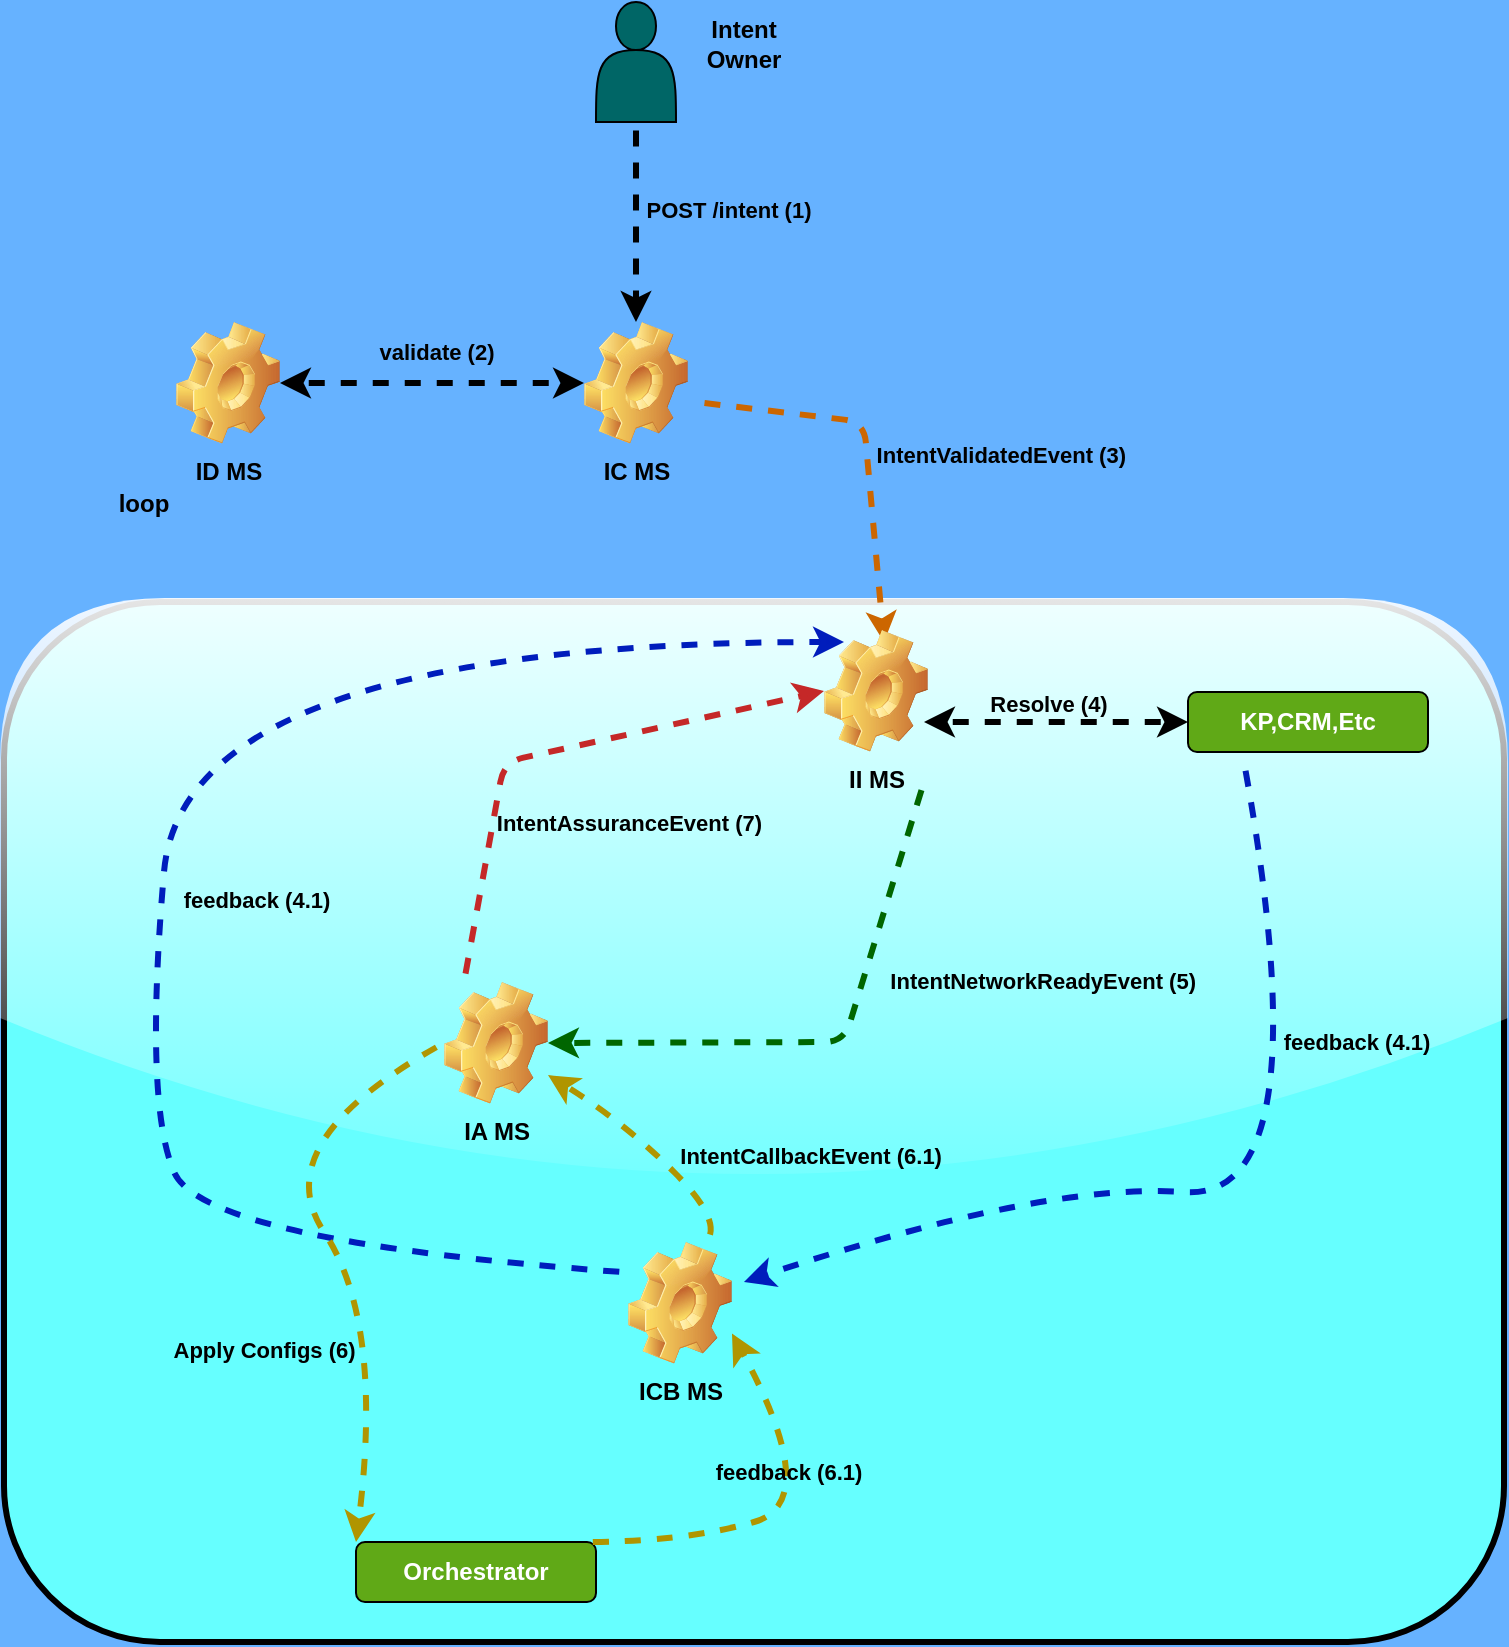
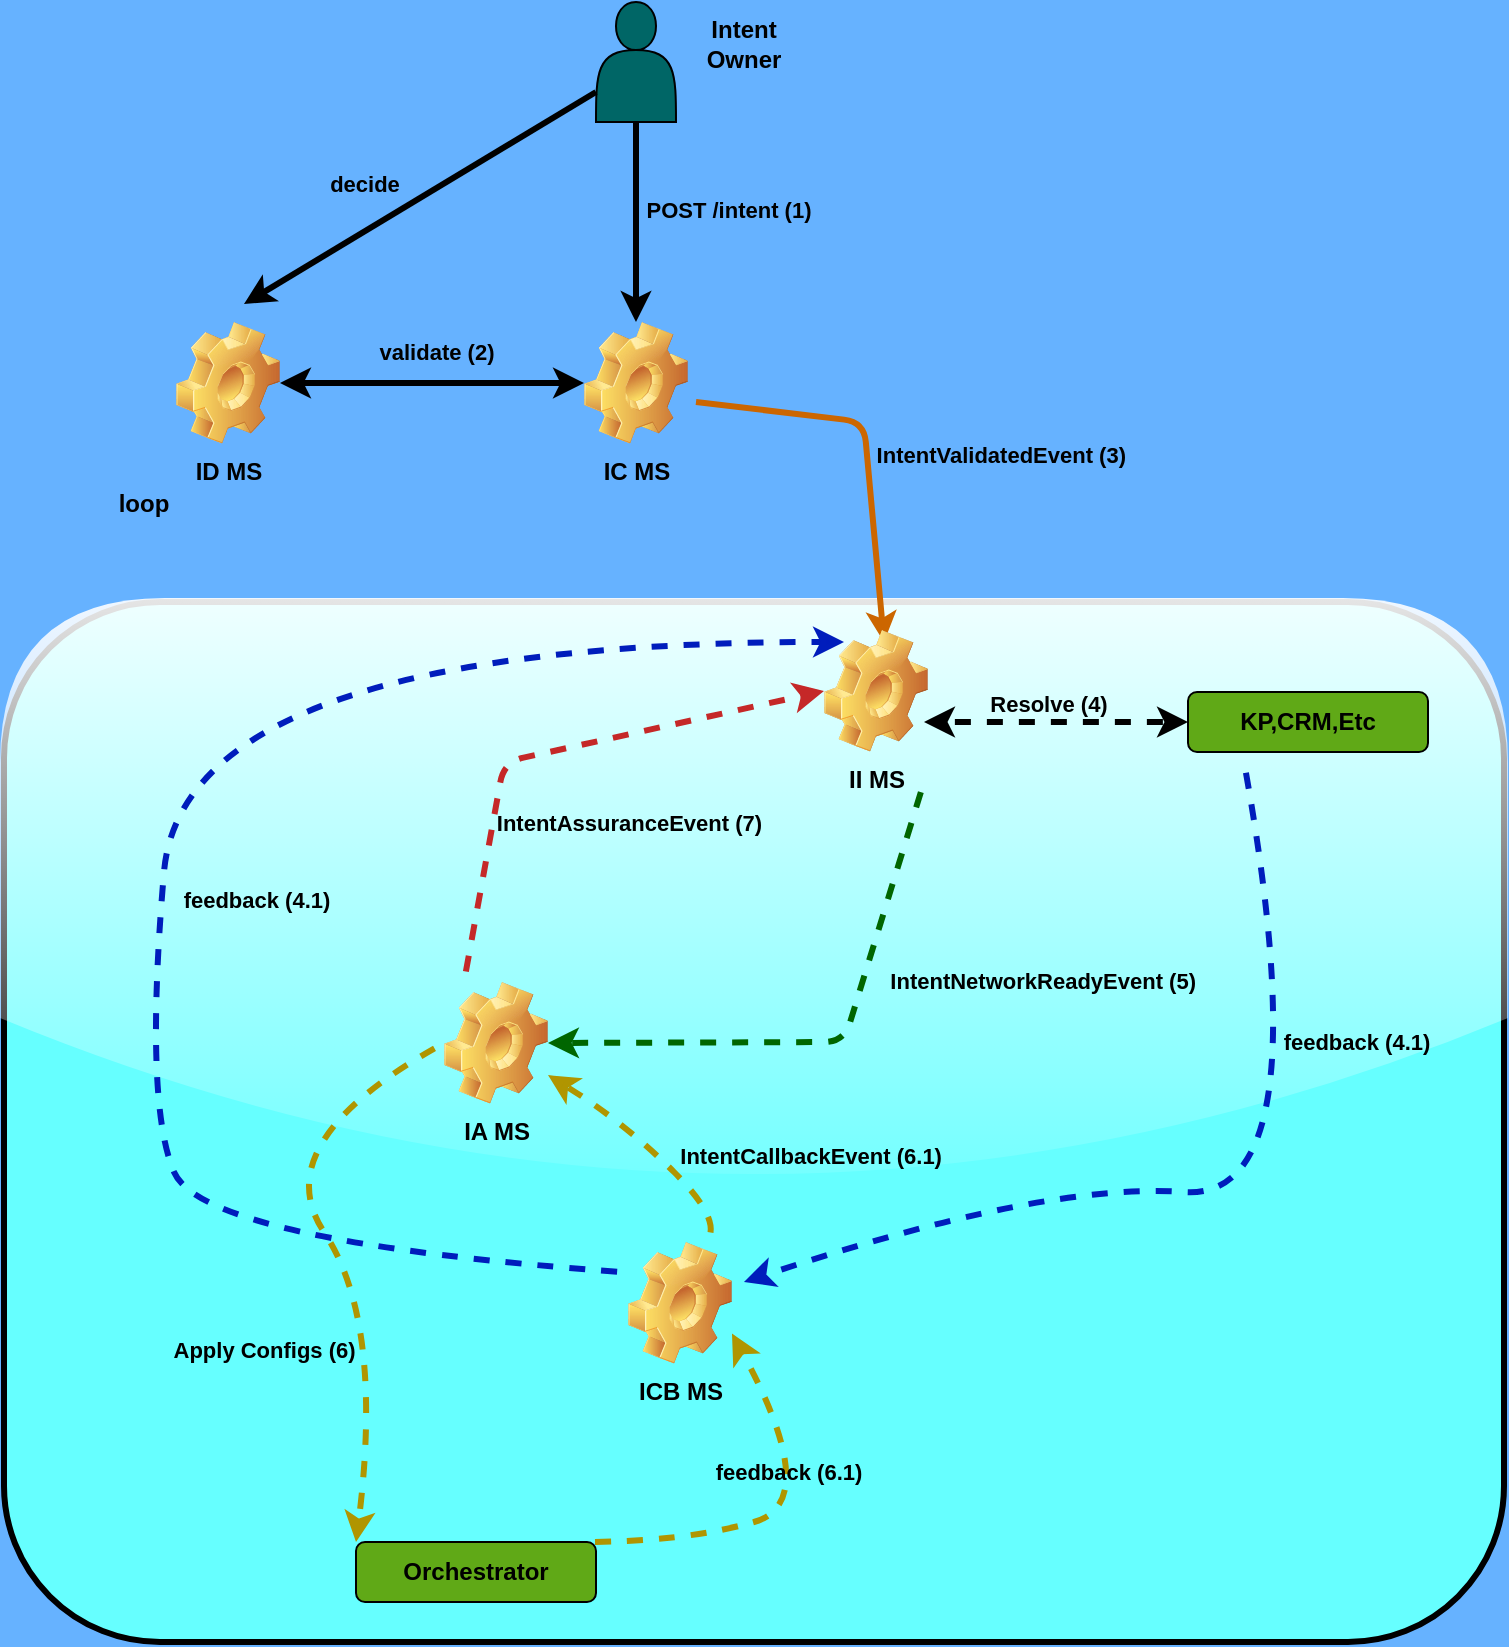
<mxfile host="65bd71144e">
    <diagram id="hkdiFI0e61aXNWWX01rr" name="Page-1">
        <mxGraphModel dx="904" dy="851" grid="1" gridSize="10" guides="1" tooltips="1" connect="1" arrows="1" fold="1" page="1" pageScale="1" pageWidth="827" pageHeight="1169" background="#66B2FF" math="0" shadow="0" adaptiveColors="none">
            <root>
                <mxCell id="0"/>
                <mxCell id="1" parent="0"/>
                <mxCell id="44" value="" style="rounded=1;whiteSpace=wrap;html=1;strokeWidth=3;glass=1;shadow=0;fillStyle=auto;fillColor=#66FFFF;fontColor=default;strokeColor=default;" parent="1" vertex="1">
                    <mxGeometry x="40" y="449" width="750" height="520" as="geometry"/>
                </mxCell>
                <mxCell id="2" value="IA MS" style="shape=image;html=1;verticalLabelPosition=bottom;verticalAlign=top;imageAspect=1;aspect=fixed;image=img/clipart/Gear_128x128.png;container=0;fontStyle=1" parent="1" vertex="1">
                    <mxGeometry x="260" y="639" width="52" height="61" as="geometry"/>
                </mxCell>
                <mxCell id="7" value="" style="endArrow=classic;html=1;shadow=0;flowAnimation=1;strokeWidth=3;strokeColor=light-dark(#c52828, #ededed);entryX=0;entryY=0.5;entryDx=0;entryDy=0;" parent="1" edge="1" target="28">
                    <mxGeometry width="50" height="50" relative="1" as="geometry">
                        <mxPoint x="270" y="639" as="sourcePoint"/>
                        <mxPoint x="430" y="489" as="targetPoint"/>
                        <Array as="points">
                            <mxPoint x="290" y="529"/>
                        </Array>
                    </mxGeometry>
                </mxCell>
                <mxCell id="9" value="IntentNetworkReadyEvent (5)" style="edgeLabel;align=center;verticalAlign=middle;resizable=0;points=[];container=0;fontColor=default;labelBackgroundColor=none;fontStyle=1;" parent="7" vertex="1" connectable="0">
                    <mxGeometry x="0.0249" y="3" relative="1" as="geometry">
                        <mxPoint x="241" y="118" as="offset"/>
                    </mxGeometry>
                </mxCell>
                <mxCell id="8" value="" style="endArrow=classic;html=1;entryX=1;entryY=0.5;entryDx=0;entryDy=0;exitX=1;exitY=1;exitDx=0;exitDy=0;flowAnimation=1;jumpStyle=arc;strokeWidth=3;strokeColor=#006600;" parent="1" target="2" edge="1">
                    <mxGeometry width="50" height="50" relative="1" as="geometry">
                        <mxPoint x="500" y="539" as="sourcePoint"/>
                        <mxPoint x="470" y="719" as="targetPoint"/>
                        <Array as="points">
                            <mxPoint x="460" y="669"/>
                        </Array>
                    </mxGeometry>
                </mxCell>
                <mxCell id="10" value="IntentAssuranceEvent (7)" style="edgeLabel;align=center;verticalAlign=middle;resizable=0;points=[];container=0;labelBackgroundColor=none;fontStyle=1" parent="8" vertex="1" connectable="0">
                    <mxGeometry x="-0.196" relative="1" as="geometry">
                        <mxPoint x="-114" y="-89" as="offset"/>
                    </mxGeometry>
                </mxCell>
                <mxCell id="12" value="IC MS" style="shape=image;html=1;verticalLabelPosition=bottom;verticalAlign=top;imageAspect=1;aspect=fixed;image=img/clipart/Gear_128x128.png;fontStyle=1" parent="1" vertex="1">
                    <mxGeometry x="330" y="309" width="52" height="61" as="geometry"/>
                </mxCell>
                <mxCell id="13" value="" style="shape=actor;whiteSpace=wrap;html=1;fillColor=#006666;strokeColor=default;" parent="1" vertex="1">
                    <mxGeometry x="336" y="149" width="40" height="60" as="geometry"/>
                </mxCell>
-                 <mxCell id="14" value="" style="endArrow=classic;html=1;exitX=0.5;exitY=1;exitDx=0;exitDy=0;strokeWidth=3;flowAnimation=1;" parent="1" source="13" target="12" edge="1">
+                 <mxCell id="14" value="" style="endArrow=classic;html=1;exitX=0.5;exitY=1;exitDx=0;exitDy=0;strokeWidth=3;flowAnimation=0;" parent="1" source="13" target="12" edge="1">
                    <mxGeometry width="50" height="50" relative="1" as="geometry">
                        <mxPoint x="430" y="379" as="sourcePoint"/>
                        <mxPoint x="480" y="329" as="targetPoint"/>
                    </mxGeometry>
                </mxCell>
                <mxCell id="17" value="POST /intent (1)" style="edgeLabel;html=1;align=center;verticalAlign=middle;resizable=0;points=[];fontColor=default;fontStyle=1;labelBackgroundColor=none;" parent="14" vertex="1" connectable="0">
                    <mxGeometry x="-0.13" relative="1" as="geometry">
                        <mxPoint x="46" as="offset"/>
                    </mxGeometry>
                </mxCell>
                <mxCell id="15" value="ICB MS" style="shape=image;html=1;verticalLabelPosition=bottom;verticalAlign=top;imageAspect=1;aspect=fixed;image=img/clipart/Gear_128x128.png;fontStyle=1" parent="1" vertex="1">
                    <mxGeometry x="352" y="769" width="52" height="61" as="geometry"/>
                </mxCell>
-                 <mxCell id="16" value="" style="endArrow=classic;html=1;exitX=0.5;exitY=1;exitDx=0;exitDy=0;strokeWidth=3;flowAnimation=1;jumpStyle=arc;strokeColor=#CC6600;" parent="1" edge="1">
+                 <mxCell id="16" value="" style="endArrow=classic;html=1;exitX=0.5;exitY=1;exitDx=0;exitDy=0;strokeWidth=3;flowAnimation=0;jumpStyle=arc;strokeColor=#CC6600;" parent="1" edge="1">
                    <mxGeometry width="50" height="50" relative="1" as="geometry">
                        <mxPoint x="386" y="349" as="sourcePoint"/>
                        <mxPoint x="480" y="469" as="targetPoint"/>
                        <Array as="points">
                            <mxPoint x="470" y="359"/>
                        </Array>
                    </mxGeometry>
                </mxCell>
                <mxCell id="18" value="IntentValidatedEvent (3)" style="edgeLabel;align=center;verticalAlign=middle;resizable=0;points=[];fontColor=default;fontStyle=1;labelBackgroundColor=none;" parent="16" vertex="1" connectable="0">
                    <mxGeometry x="0.0229" y="-3" relative="1" as="geometry">
                        <mxPoint x="70" as="offset"/>
                    </mxGeometry>
                </mxCell>
-                 <mxCell id="21" value="Orchestrator" style="rounded=1;whiteSpace=wrap;html=1;fillColor=#60a917;fontColor=#ffffff;strokeColor=default;fontStyle=1" parent="1" vertex="1">
+                 <mxCell id="21" value="Orchestrator" style="rounded=1;whiteSpace=wrap;html=1;fillColor=#60a917;fontColor=default;strokeColor=default;fontStyle=1;" parent="1" vertex="1">
                    <mxGeometry x="216" y="919" width="120" height="30" as="geometry"/>
                </mxCell>
                <mxCell id="22" value="Intent Owner" style="text;html=1;align=center;verticalAlign=middle;whiteSpace=wrap;rounded=0;fontStyle=1" parent="1" vertex="1">
                    <mxGeometry x="380" y="155" width="60" height="30" as="geometry"/>
                </mxCell>
-                 <mxCell id="23" value="KP,CRM,Etc" style="rounded=1;whiteSpace=wrap;html=1;fillColor=#60a917;fontColor=#ffffff;strokeColor=default;fontStyle=1" parent="1" vertex="1">
+                 <mxCell id="23" value="KP,CRM,Etc" style="rounded=1;whiteSpace=wrap;html=1;fillColor=#60a917;fontColor=default;strokeColor=default;fontStyle=1;" parent="1" vertex="1">
                    <mxGeometry x="632" y="494" width="120" height="30" as="geometry"/>
                </mxCell>
                <mxCell id="25" value="" style="endArrow=classic;startArrow=classic;html=1;exitX=1;exitY=0.5;exitDx=0;exitDy=0;entryX=0;entryY=0.5;entryDx=0;entryDy=0;endSize=6;strokeWidth=3;flowAnimation=1;" parent="1" target="23" edge="1">
                    <mxGeometry width="50" height="50" relative="1" as="geometry">
                        <mxPoint x="500" y="509" as="sourcePoint"/>
                        <mxPoint x="590" y="519" as="targetPoint"/>
                    </mxGeometry>
                </mxCell>
                <mxCell id="34" value="Resolve (4)" style="edgeLabel;html=1;align=center;verticalAlign=middle;resizable=0;points=[];fontStyle=1;labelBackgroundColor=none;" parent="25" vertex="1" connectable="0">
                    <mxGeometry x="-0.0667" relative="1" as="geometry">
                        <mxPoint y="-9" as="offset"/>
                    </mxGeometry>
                </mxCell>
                <mxCell id="28" value="II MS" style="shape=image;html=1;verticalLabelPosition=bottom;verticalAlign=top;imageAspect=1;aspect=fixed;image=img/clipart/Gear_128x128.png;fontStyle=1" parent="1" vertex="1">
                    <mxGeometry x="450" y="463" width="52" height="61" as="geometry"/>
                </mxCell>
                <mxCell id="29" value="ID MS" style="shape=image;html=1;verticalLabelPosition=bottom;verticalAlign=top;imageAspect=1;aspect=fixed;image=img/clipart/Gear_128x128.png;fontStyle=1" parent="1" vertex="1">
                    <mxGeometry x="126" y="309" width="52" height="61" as="geometry"/>
                </mxCell>
-                 <mxCell id="30" value="" style="endArrow=classic;startArrow=classic;html=1;exitX=1;exitY=0.5;exitDx=0;exitDy=0;entryX=0;entryY=0.5;entryDx=0;entryDy=0;strokeWidth=3;flowAnimation=1;" parent="1" source="29" target="12" edge="1">
+                 <mxCell id="30" value="" style="endArrow=classic;startArrow=classic;html=1;exitX=1;exitY=0.5;exitDx=0;exitDy=0;entryX=0;entryY=0.5;entryDx=0;entryDy=0;strokeWidth=3;flowAnimation=0;" parent="1" source="29" target="12" edge="1">
                    <mxGeometry width="50" height="50" relative="1" as="geometry">
                        <mxPoint x="280" y="469" as="sourcePoint"/>
                        <mxPoint x="330" y="419" as="targetPoint"/>
                    </mxGeometry>
                </mxCell>
                <mxCell id="31" value="validate (2)" style="edgeLabel;html=1;align=center;verticalAlign=middle;resizable=0;points=[];fontStyle=1;labelBackgroundColor=none;" parent="30" vertex="1" connectable="0">
                    <mxGeometry y="2" relative="1" as="geometry">
                        <mxPoint x="2" y="-14" as="offset"/>
                    </mxGeometry>
                </mxCell>
                <mxCell id="32" value="" style="curved=1;endArrow=classic;html=1;strokeWidth=3;flowAnimation=1;fillColor=#0050ef;strokeColor=#001DBC;" parent="1" edge="1">
                    <mxGeometry width="50" height="50" relative="1" as="geometry">
                        <mxPoint x="660" y="529" as="sourcePoint"/>
                        <mxPoint x="410" y="789" as="targetPoint"/>
                        <Array as="points">
                            <mxPoint x="700" y="749"/>
                            <mxPoint x="560" y="739"/>
                        </Array>
                    </mxGeometry>
                </mxCell>
                <mxCell id="35" value="feedback (4.1)" style="edgeLabel;html=1;align=center;verticalAlign=middle;resizable=0;points=[];fontStyle=1;labelBackgroundColor=none;" parent="32" vertex="1" connectable="0">
                    <mxGeometry x="-0.3546" y="-15" relative="1" as="geometry">
                        <mxPoint x="40" y="-29" as="offset"/>
                    </mxGeometry>
                </mxCell>
                <mxCell id="33" value="" style="curved=1;endArrow=classic;html=1;exitX=0;exitY=0.25;exitDx=0;exitDy=0;strokeWidth=3;flowAnimation=1;fillColor=#0050ef;strokeColor=#001DBC;" parent="1" source="15" edge="1">
                    <mxGeometry width="50" height="50" relative="1" as="geometry">
                        <mxPoint x="90" y="769" as="sourcePoint"/>
                        <mxPoint x="460" y="469" as="targetPoint"/>
                        <Array as="points">
                            <mxPoint x="140" y="769"/>
                            <mxPoint x="110" y="699"/>
                            <mxPoint x="130" y="469"/>
                        </Array>
                    </mxGeometry>
                </mxCell>
                <mxCell id="36" value="" style="curved=1;endArrow=classic;html=1;exitX=0;exitY=0.5;exitDx=0;exitDy=0;entryX=0;entryY=0;entryDx=0;entryDy=0;strokeWidth=3;fillColor=#e3c800;strokeColor=#B09500;flowAnimation=1;" parent="1" source="2" target="21" edge="1">
                    <mxGeometry width="50" height="50" relative="1" as="geometry">
                        <mxPoint x="230" y="859" as="sourcePoint"/>
                        <mxPoint x="280" y="809" as="targetPoint"/>
                        <Array as="points">
                            <mxPoint x="170" y="719"/>
                            <mxPoint x="230" y="809"/>
                        </Array>
                    </mxGeometry>
                </mxCell>
                <mxCell id="37" value="Apply Configs (6)" style="edgeLabel;align=center;verticalAlign=middle;resizable=0;points=[];labelBackgroundColor=none;fontColor=default;fontStyle=1" parent="36" vertex="1" connectable="0">
                    <mxGeometry x="0.2297" y="-7" relative="1" as="geometry">
                        <mxPoint x="-47" y="20" as="offset"/>
                    </mxGeometry>
                </mxCell>
                <mxCell id="38" value="" style="curved=1;endArrow=classic;html=1;entryX=1;entryY=0.75;entryDx=0;entryDy=0;fillColor=#e3c800;strokeColor=#B09500;strokeWidth=3;flowAnimation=1;" parent="1" target="15" edge="1">
                    <mxGeometry width="50" height="50" relative="1" as="geometry">
                        <mxPoint x="330" y="919" as="sourcePoint"/>
                        <mxPoint x="380" y="869" as="targetPoint"/>
                        <Array as="points">
                            <mxPoint x="380" y="919"/>
                            <mxPoint x="450" y="899"/>
                        </Array>
                    </mxGeometry>
                </mxCell>
                <mxCell id="39" value="feedback (6.1)" style="edgeLabel;html=1;align=center;verticalAlign=middle;resizable=0;points=[];fontStyle=1;labelBackgroundColor=none;" parent="38" vertex="1" connectable="0">
                    <mxGeometry x="0.3261" y="9" relative="1" as="geometry">
                        <mxPoint as="offset"/>
                    </mxGeometry>
                </mxCell>
                <mxCell id="40" value="" style="curved=1;endArrow=classic;html=1;exitX=0.75;exitY=0;exitDx=0;exitDy=0;fillColor=#e3c800;strokeColor=#B09500;strokeWidth=3;flowAnimation=1;" parent="1" source="15" target="2" edge="1">
                    <mxGeometry width="50" height="50" relative="1" as="geometry">
                        <mxPoint x="350" y="759" as="sourcePoint"/>
                        <mxPoint x="400" y="709" as="targetPoint"/>
                        <Array as="points">
                            <mxPoint x="400" y="759"/>
                            <mxPoint x="350" y="709"/>
                        </Array>
                    </mxGeometry>
                </mxCell>
                <mxCell id="41" value="IntentCallbackEvent (6.1)" style="edgeLabel;align=center;verticalAlign=middle;resizable=0;points=[];fontStyle=1;labelBackgroundColor=none;fontColor=default;" parent="40" vertex="1" connectable="0">
                    <mxGeometry x="-0.0281" relative="1" as="geometry">
                        <mxPoint x="78" y="1" as="offset"/>
                    </mxGeometry>
                </mxCell>
                <mxCell id="42" value="feedback (4.1)" style="edgeLabel;html=1;align=center;verticalAlign=middle;resizable=0;points=[];fontStyle=1;labelBackgroundColor=none;" parent="1" vertex="1" connectable="0">
                    <mxGeometry x="165.29470496609838" y="597.9734264697843" as="geometry"/>
                </mxCell>
                <mxCell id="45" value="loop" style="text;html=1;align=center;verticalAlign=middle;whiteSpace=wrap;rounded=0;fontStyle=1" vertex="1" parent="1">
                    <mxGeometry x="80" y="385" width="60" height="30" as="geometry"/>
+                 </mxCell>
+                 <mxCell id="46" value="" style="endArrow=classic;html=1;exitX=0;exitY=0.75;exitDx=0;exitDy=0;strokeWidth=3;" edge="1" parent="1" source="13">
+                     <mxGeometry width="50" height="50" relative="1" as="geometry">
+                         <mxPoint x="170" y="220" as="sourcePoint"/>
+                         <mxPoint x="160" y="300" as="targetPoint"/>
+                     </mxGeometry>
+                 </mxCell>
+                 <mxCell id="47" value="decide" style="edgeLabel;html=1;align=center;verticalAlign=middle;resizable=0;points=[];labelBackgroundColor=none;fontStyle=1" vertex="1" connectable="0" parent="46">
+                     <mxGeometry x="-0.0222" y="1" relative="1" as="geometry">
+                         <mxPoint x="-31" y="-7" as="offset"/>
+                     </mxGeometry>
                </mxCell>
            </root>
        </mxGraphModel>
    </diagram>
</mxfile>